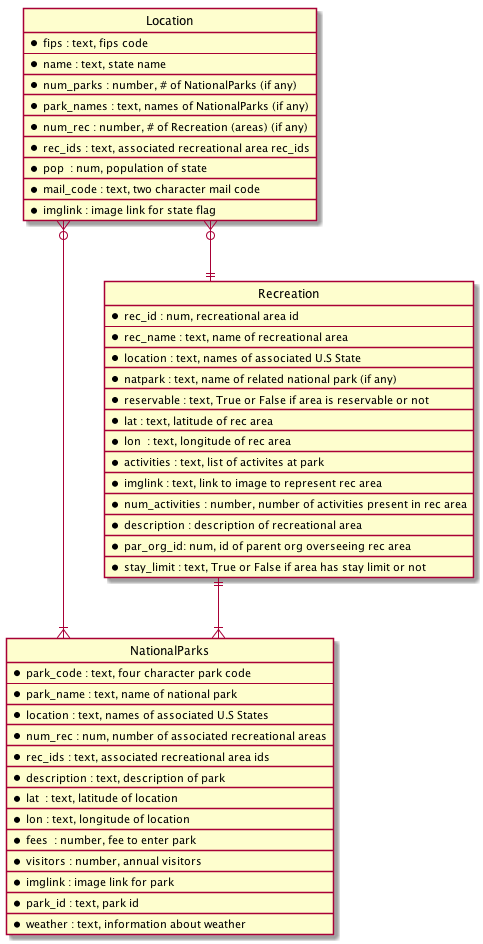
Before: database_ERD_UML.png, a diagram exported from PlantUML (leviv/PutItInPark). The source it was exported from:
```plantuml
@startuml

hide circle

skinparam linetype ortho

entity "Location" as l {
  *fips : text, fips code
  --
  *name : text, state name
  __
  *num_parks : number, # of NationalParks (if any)
  __
  *park_names : text, names of NationalParks (if any)
  __
  *num_rec : number, # of Recreation (areas) (if any)
  __
  *rec_ids : text, associated recreational area rec_ids
  __
  *pop  : num, population of state
  __
  *mail_code : text, two character mail code
  __
  *imglink : image link for state flag
}

entity "NationalParks" as n {
  *park_code : text, four character park code
  --
  *park_name : text, name of national park
  __
  *location : text, names of associated U.S States
  __
  *num_rec : num, number of associated recreational areas
  __
  *rec_ids : text, associated recreational area ids
  __
  *description : text, description of park
  __
  *lat  : text, latitude of location
  __
  *lon : text, longitude of location
  __
  *fees  : number, fee to enter park
  __
  *visitors : number, annual visitors
  __
  *imglink : image link for park
  __
  *park_id : text, park id
  __
  *weather : text, information about weather
}

entity "Recreation" as r {
  *rec_id : num, recreational area id
  --
  *rec_name : text, name of recreational area
  __
  *location : text, names of associated U.S State
  __
  *natpark : text, name of related national park (if any)
  __
  *reservable : text, True or False if area is reservable or not
  __
  *lat : text, latitude of rec area
  __
  *lon  : text, longitude of rec area
  __
  *activities : text, list of activites at park
  __
  *imglink : text, link to image to represent rec area
  __
  *num_activities : number, number of activities present in rec area
  __
  *description : description of recreational area
  __
  *par_org_id: num, id of parent org overseeing rec area
  __
  *stay_limit : text, True or False if area has stay limit or not
}

l }o--|| r
r ||--|{ n
l }o--|{ n

@enduml
```
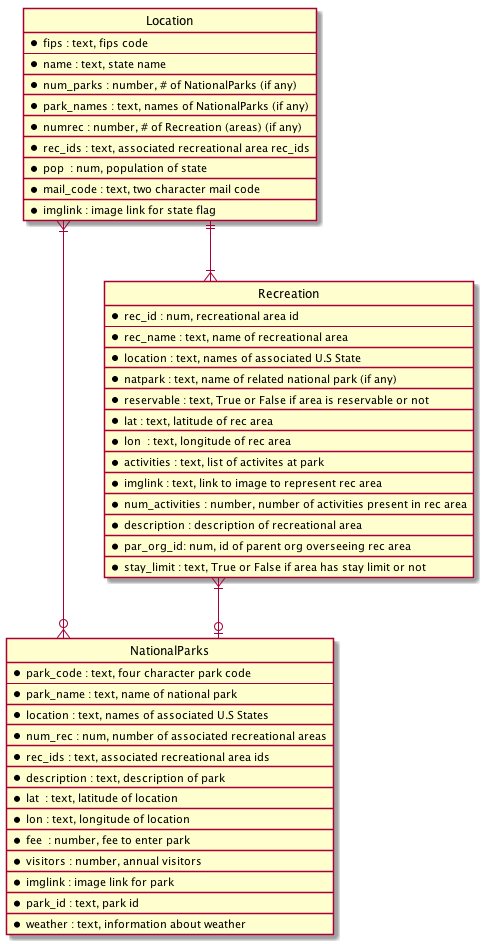
The same file after the commit.

Commit message:
Altered UML diagram and db schema doc

Change to the diagram source:
```diff
@@ -13,7 +13,7 @@
   __
   *park_names : text, names of NationalParks (if any)
   __
-  *num_rec : number, # of Recreation (areas) (if any)
+  *numrec : number, # of Recreation (areas) (if any)
   __
   *rec_ids : text, associated recreational area rec_ids
   __
@@ -41,7 +41,7 @@
   __
   *lon : text, longitude of location
   __
-  *fees  : number, fee to enter park
+  *fee  : number, fee to enter park
   __
   *visitors : number, annual visitors
   __
@@ -80,8 +80,8 @@
   *stay_limit : text, True or False if area has stay limit or not
 }
 
-l }o--|| r
-r ||--|{ n
-l }o--|{ n
+l ||--|{ r
+r }|--o| n
+l }|--o{ n
 
 @enduml
```
